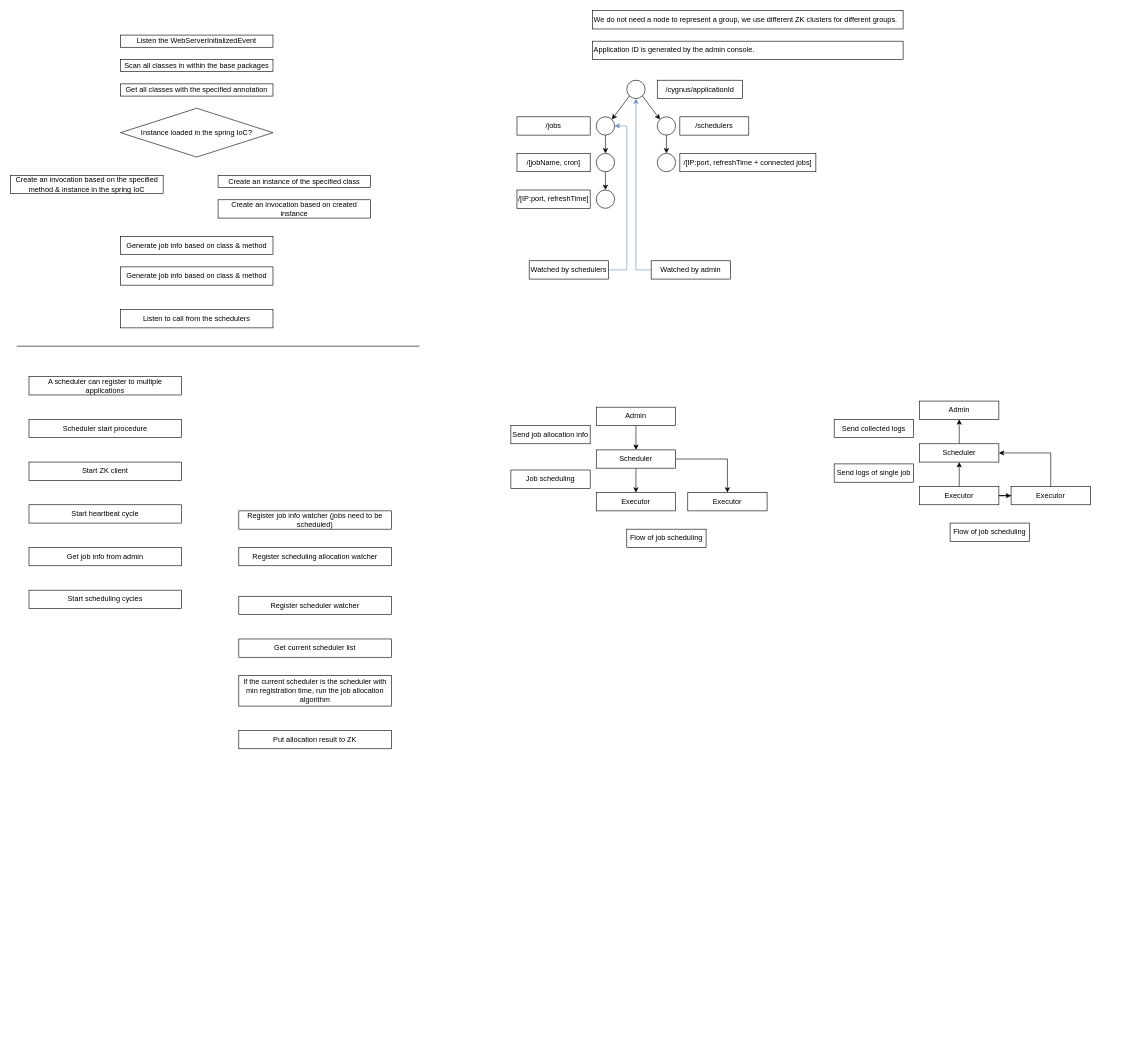
Before: Cygnus.drawio in D15190304050/drawio_charts, a draw.io diagram. Source tidied: cells renumbered, new cells numbered last; positions are measured from the earlier drawing's top-left corner, leaving out a move shared by most shapes. Both pictures are drawn from the tidied source at 61%, with x=0, y=0 at pixel (10, 10).
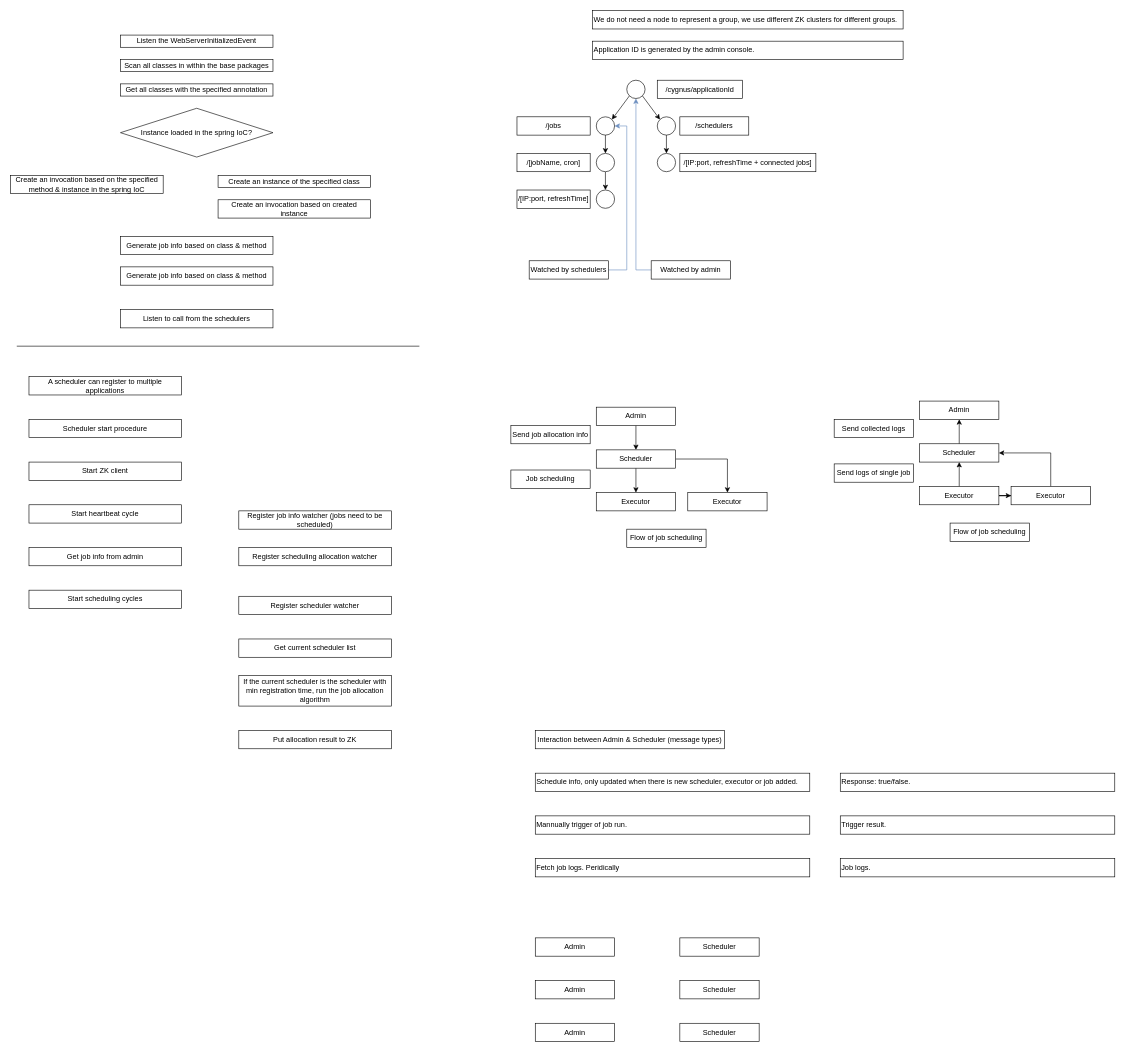
The same diagram, later.

What changed in the source:
```diff
@@
+    <mxCell id="69" value="Interaction between Admin &amp;amp; Scheduler (message types)" style="rounded=0;whiteSpace=wrap;html=1;" parent="1" vertex="1">
+      <mxGeometry x="860" y="1180" width="310" height="30" as="geometry" />
+    </mxCell>
+    <mxCell id="70" value="Schedule info, only updated when there is new scheduler, executor or job added." style="rounded=0;whiteSpace=wrap;html=1;align=left;" parent="1" vertex="1">
+      <mxGeometry x="860" y="1250" width="450" height="30" as="geometry" />
+    </mxCell>
+    <mxCell id="71" value="Mannually trigger of job run." style="rounded=0;whiteSpace=wrap;html=1;align=left;" parent="1" vertex="1">
+      <mxGeometry x="860" y="1320" width="450" height="30" as="geometry" />
+    </mxCell>
+    <mxCell id="72" value="Response: true/false." style="rounded=0;whiteSpace=wrap;html=1;align=left;" parent="1" vertex="1">
+      <mxGeometry x="1360" y="1250" width="450" height="30" as="geometry" />
+    </mxCell>
+    <mxCell id="73" value="Trigger result." style="rounded=0;whiteSpace=wrap;html=1;align=left;" parent="1" vertex="1">
+      <mxGeometry x="1360" y="1320" width="450" height="30" as="geometry" />
+    </mxCell>
+    <mxCell id="74" value="Fetch job logs. Peridically" style="rounded=0;whiteSpace=wrap;html=1;align=left;" parent="1" vertex="1">
+      <mxGeometry x="860" y="1390" width="450" height="30" as="geometry" />
+    </mxCell>
+    <mxCell id="75" value="Job logs." style="rounded=0;whiteSpace=wrap;html=1;align=left;" parent="1" vertex="1">
+      <mxGeometry x="1360" y="1390" width="450" height="30" as="geometry" />
+    </mxCell>
+    <mxCell id="76" value="Admin" style="rounded=0;whiteSpace=wrap;html=1;" parent="1" vertex="1">
+      <mxGeometry x="860" y="1520" width="130" height="30" as="geometry" />
+    </mxCell>
+    <mxCell id="77" value="Scheduler" style="rounded=0;whiteSpace=wrap;html=1;" parent="1" vertex="1">
+      <mxGeometry x="1097" y="1520" width="130" height="30" as="geometry" />
+    </mxCell>
+    <mxCell id="78" value="Admin" style="rounded=0;whiteSpace=wrap;html=1;" parent="1" vertex="1">
+      <mxGeometry x="860" y="1590" width="130" height="30" as="geometry" />
+    </mxCell>
+    <mxCell id="79" value="Admin" style="rounded=0;whiteSpace=wrap;html=1;" parent="1" vertex="1">
+      <mxGeometry x="860" y="1660" width="130" height="30" as="geometry" />
+    </mxCell>
+    <mxCell id="80" value="Scheduler" style="rounded=0;whiteSpace=wrap;html=1;" parent="1" vertex="1">
+      <mxGeometry x="1097" y="1590" width="130" height="30" as="geometry" />
+    </mxCell>
+    <mxCell id="81" value="Scheduler" style="rounded=0;whiteSpace=wrap;html=1;" parent="1" vertex="1">
+      <mxGeometry x="1097" y="1660" width="130" height="30" as="geometry" />
+    </mxCell>
```
